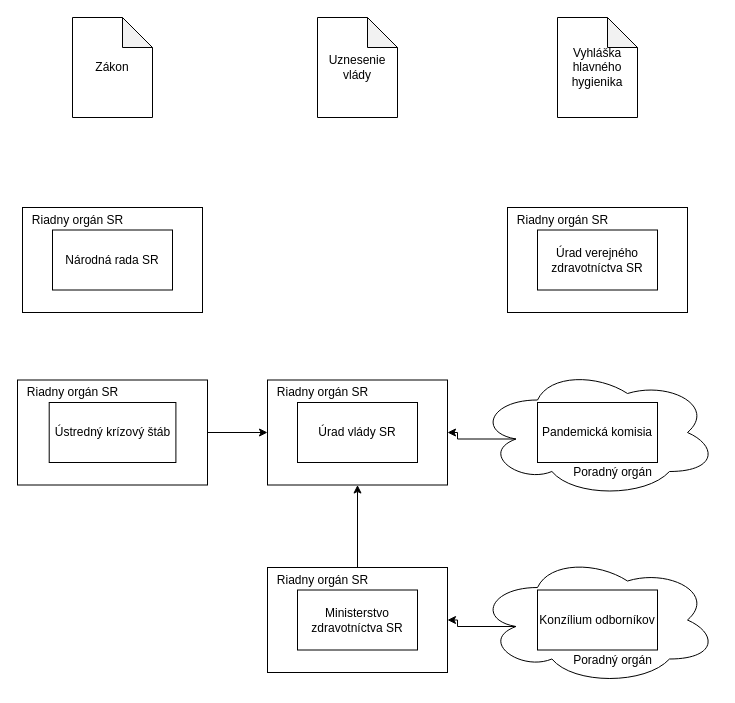
Earlier version of the draw.io diagram OrgChart/Untitled Diagram.drawio (MartinHBA/VedaPomahaData). Source tidied: cells renumbered, new cells numbered last; positions are measured from the earlier drawing's top-left corner, leaving out a move shared by most shapes. Both pictures are drawn from the tidied source at 100%, with x=0, y=0 at pixel (17, 17).
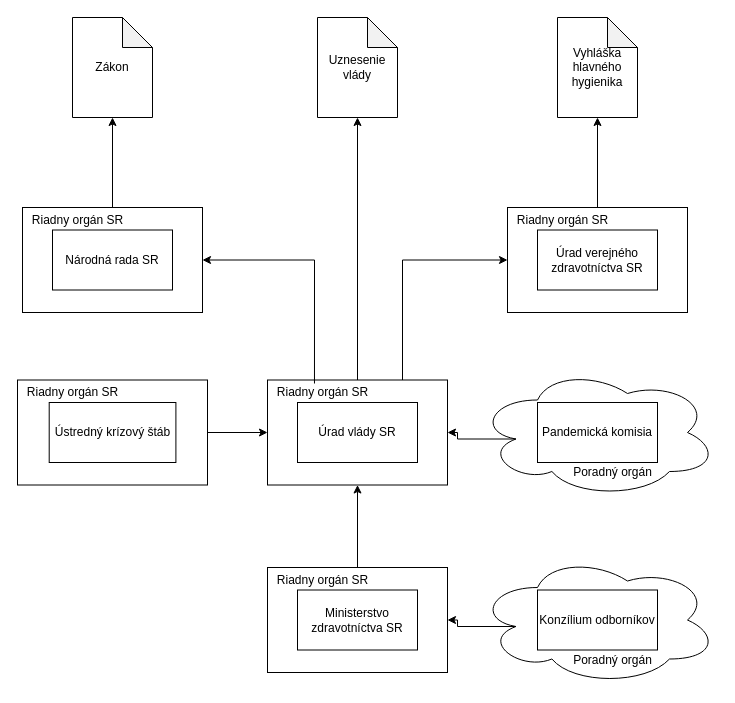
Above is the later version.

Unchanged cells that the change refers to:
```xml
<mxCell id="4" style="rounded=0;whiteSpace=wrap;html=1;" parent="3" vertex="1">
  <mxGeometry width="180" height="105" as="geometry" />
</mxCell>
<mxCell id="5" value="Riadny orgán SR" style="text;html=1;align=center;verticalAlign=middle;points=[];fillColor=none;strokeColor=none;rounded=0;" parent="3" vertex="1">
  <mxGeometry y="2.5" width="110" height="20" as="geometry" />
</mxCell>
<mxCell id="31" style="rounded=0;whiteSpace=wrap;html=1;" parent="30" vertex="1">
  <mxGeometry width="180" height="105" as="geometry" />
</mxCell>
<mxCell id="36" style="rounded=0;whiteSpace=wrap;html=1;" parent="35" vertex="1">
  <mxGeometry width="180" height="105" as="geometry" />
</mxCell>
<mxCell id="39" value="Zákon" style="shape=note;whiteSpace=wrap;html=1;backgroundOutline=1;darkOpacity=0.05;" parent="1" vertex="1">
  <mxGeometry x="55" width="80" height="100" as="geometry" />
</mxCell>
<mxCell id="40" value="Vyhláška hlavného hygienika" style="shape=note;whiteSpace=wrap;html=1;backgroundOutline=1;darkOpacity=0.05;" parent="1" vertex="1">
  <mxGeometry x="540" width="80" height="100" as="geometry" />
</mxCell>
<mxCell id="41" value="Uznesenie vlády" style="shape=note;whiteSpace=wrap;html=1;backgroundOutline=1;darkOpacity=0.05;" parent="1" vertex="1">
  <mxGeometry x="300" width="80" height="100" as="geometry" />
</mxCell>
```

The edit, as a diff of the source:
```diff
@@
+    <mxCell id="42" style="edgeStyle=orthogonalEdgeStyle;rounded=0;jettySize=auto;html=1;exitX=0.5;exitY=0;exitDx=0;exitDy=0;entryX=0.5;entryY=1;entryDx=0;entryDy=0;entryPerimeter=0;" parent="1" edge="1" source="4" target="41">
+      <mxGeometry relative="1" as="geometry" />
+    </mxCell>
+    <mxCell id="43" style="edgeStyle=orthogonalEdgeStyle;rounded=0;jettySize=auto;html=1;entryX=1;entryY=0.5;entryDx=0;entryDy=0;exitX=0.427;exitY=0.05;exitDx=0;exitDy=0;exitPerimeter=0;" parent="1" edge="1" source="5" target="31">
+      <mxGeometry relative="1" as="geometry" />
+    </mxCell>
+    <mxCell id="44" style="edgeStyle=orthogonalEdgeStyle;rounded=0;jettySize=auto;html=1;entryX=0.5;entryY=1;entryDx=0;entryDy=0;entryPerimeter=0;" parent="1" edge="1" source="31" target="39">
+      <mxGeometry relative="1" as="geometry" />
+    </mxCell>
+    <mxCell id="45" style="edgeStyle=orthogonalEdgeStyle;rounded=0;jettySize=auto;html=1;exitX=0.75;exitY=0;exitDx=0;exitDy=0;entryX=0;entryY=0.5;entryDx=0;entryDy=0;" parent="1" edge="1" source="4" target="36">
+      <mxGeometry relative="1" as="geometry" />
+    </mxCell>
+    <mxCell id="46" style="edgeStyle=orthogonalEdgeStyle;rounded=0;jettySize=auto;html=1;exitX=0.5;exitY=0;exitDx=0;exitDy=0;entryX=0.5;entryY=1;entryDx=0;entryDy=0;entryPerimeter=0;" parent="1" edge="1" source="36" target="40">
+      <mxGeometry relative="1" as="geometry" />
+    </mxCell>
```
